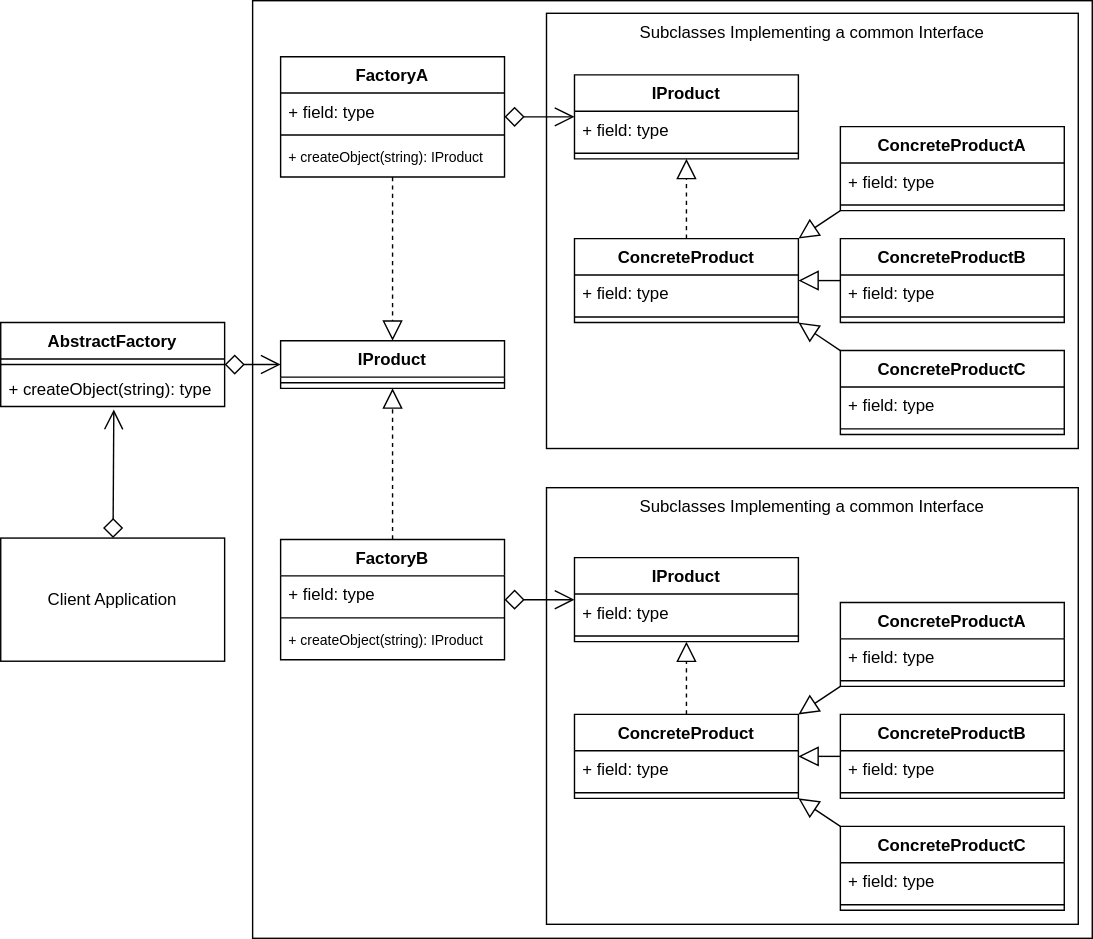
Before: src/img/abstract_factory_concept.svg, a diagram exported from draw.io (Sean-Bradley/Design-Patterns-In-TypeScript). Source tidied: cells renumbered, new cells last; positions are measured from the earlier drawing's top-left corner, leaving out a move shared by most shapes.
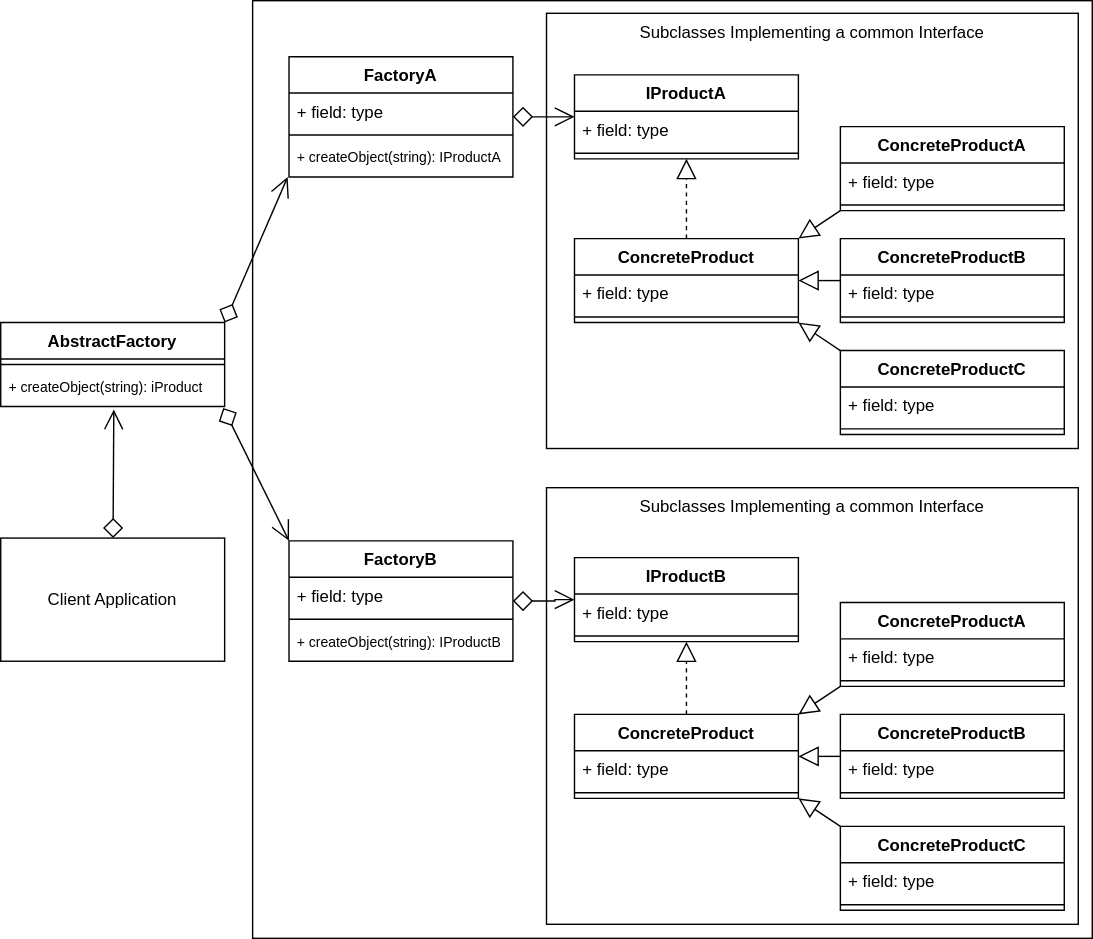
The same file after the commit.

Change to the diagram source:
```diff
@@ -57,7 +57,7 @@
       <mxGeometry y="384" width="160" height="88" as="geometry" />
     </mxCell>
     <mxCell id="20" value="FactoryA" style="swimlane;fontStyle=1;align=center;verticalAlign=top;horizontal=1;startSize=26;" parent="1" vertex="1">
-      <mxGeometry x="200" y="40" width="160" height="86" as="geometry" />
+      <mxGeometry x="206" y="40" width="160" height="86" as="geometry" />
     </mxCell>
     <mxCell id="21" value="+ field: type" style="text;strokeColor=none;fillColor=none;align=left;verticalAlign=top;spacingLeft=4;spacingRight=4;overflow=hidden;" parent="20" vertex="1">
       <mxGeometry y="26" width="160" height="26" as="geometry" />
@@ -65,7 +65,7 @@
     <mxCell id="22" style="line;strokeWidth=1;fillColor=none;align=left;verticalAlign=middle;spacingTop=-1;spacingLeft=3;spacingRight=3;labelPosition=right;" parent="20" vertex="1">
       <mxGeometry y="52" width="160" height="8" as="geometry" />
     </mxCell>
-    <mxCell id="23" value="+ createObject(string): IProduct" style="text;strokeColor=none;fillColor=none;align=left;verticalAlign=top;spacingLeft=4;spacingRight=4;overflow=hidden;points=[[0,0.5],[1,0.5]];portConstraint=eastwest;fontSize=10;" parent="20" vertex="1">
+    <mxCell id="23" value="+ createObject(string): IProductA" style="text;strokeColor=none;fillColor=none;align=left;verticalAlign=top;spacingLeft=4;spacingRight=4;overflow=hidden;points=[[0,0.5],[1,0.5]];portConstraint=eastwest;fontSize=10;" parent="20" vertex="1">
       <mxGeometry y="60" width="160" height="26" as="geometry" />
     </mxCell>
     <mxCell id="24" style="edgeStyle=orthogonalEdgeStyle;rounded=0;jettySize=auto;html=1;endSize=12;endArrow=open;endFill=0;startSize=12;startArrow=diamond;startFill=0;" parent="1" edge="1" source="20" target="53">
@@ -120,7 +120,7 @@
       <mxGeometry relative="1" as="geometry" />
     </mxCell>
     <mxCell id="41" value="FactoryB" style="swimlane;fontStyle=1;align=center;verticalAlign=top;horizontal=1;startSize=26;" parent="1" vertex="1">
-      <mxGeometry x="200" y="385" width="160" height="86" as="geometry" />
+      <mxGeometry x="206" y="386" width="160" height="86" as="geometry" />
     </mxCell>
     <mxCell id="42" value="+ field: type" style="text;strokeColor=none;fillColor=none;align=left;verticalAlign=top;spacingLeft=4;spacingRight=4;overflow=hidden;" parent="41" vertex="1">
       <mxGeometry y="26" width="160" height="26" as="geometry" />
@@ -128,7 +128,7 @@
     <mxCell id="43" style="line;strokeWidth=1;fillColor=none;align=left;verticalAlign=middle;spacingTop=-1;spacingLeft=3;spacingRight=3;labelPosition=right;" parent="41" vertex="1">
       <mxGeometry y="52" width="160" height="8" as="geometry" />
     </mxCell>
-    <mxCell id="44" value="+ createObject(string): IProduct" style="text;strokeColor=none;fillColor=none;align=left;verticalAlign=top;spacingLeft=4;spacingRight=4;overflow=hidden;fontSize=10;" parent="41" vertex="1">
+    <mxCell id="44" value="+ createObject(string): IProductB" style="text;strokeColor=none;fillColor=none;align=left;verticalAlign=top;spacingLeft=4;spacingRight=4;overflow=hidden;fontSize=10;" parent="41" vertex="1">
       <mxGeometry y="60" width="160" height="26" as="geometry" />
     </mxCell>
     <mxCell id="45" style="edgeStyle=orthogonalEdgeStyle;rounded=0;jettySize=auto;html=1;endSize=12;endArrow=open;endFill=0;startArrow=diamond;startFill=0;startSize=12;" parent="1" edge="1" source="41" target="50">
@@ -140,13 +140,13 @@
     <mxCell id="47" style="line;strokeWidth=1;fillColor=none;align=left;verticalAlign=middle;spacingTop=-1;spacingLeft=3;spacingRight=3;labelPosition=right;" parent="46" vertex="1">
       <mxGeometry y="26" width="160" height="8" as="geometry" />
     </mxCell>
-    <mxCell id="48" value="+ createObject(string): type" style="text;strokeColor=none;fillColor=none;align=left;verticalAlign=top;spacingLeft=4;spacingRight=4;overflow=hidden;points=[[0,0.5],[1,0.5]];portConstraint=eastwest;fontSize=12;" parent="46" vertex="1">
+    <mxCell id="48" value="+ createObject(string): iProduct" style="text;strokeColor=none;fillColor=none;align=left;verticalAlign=top;spacingLeft=4;spacingRight=4;overflow=hidden;points=[[0,0.5],[1,0.5]];portConstraint=eastwest;fontSize=10;" parent="46" vertex="1">
       <mxGeometry y="34" width="160" height="26" as="geometry" />
     </mxCell>
     <mxCell id="49" style="endArrow=diamond;endFill=0;endSize=12;html=1;exitX=0.505;exitY=1.083;exitDx=0;exitDy=0;exitPerimeter=0;startArrow=open;startFill=0;startSize=12;" parent="1" edge="1" source="48" target="19">
       <mxGeometry relative="1" as="geometry" />
     </mxCell>
-    <mxCell id="50" value="IProduct" style="swimlane;fontStyle=1;align=center;verticalAlign=top;horizontal=1;startSize=26;" parent="1" vertex="1">
+    <mxCell id="50" value="IProductB" style="swimlane;fontStyle=1;align=center;verticalAlign=top;horizontal=1;startSize=26;" parent="1" vertex="1">
       <mxGeometry x="410" y="398" width="160" height="60" as="geometry" />
     </mxCell>
     <mxCell id="51" value="+ field: type" style="text;strokeColor=none;fillColor=none;align=left;verticalAlign=top;spacingLeft=4;spacingRight=4;overflow=hidden;" parent="50" vertex="1">
@@ -155,7 +155,7 @@
     <mxCell id="52" style="line;strokeWidth=1;fillColor=none;align=left;verticalAlign=middle;spacingTop=-1;spacingLeft=3;spacingRight=3;labelPosition=right;" parent="50" vertex="1">
       <mxGeometry y="52" width="160" height="8" as="geometry" />
     </mxCell>
-    <mxCell id="53" value="IProduct" style="swimlane;fontStyle=1;align=center;verticalAlign=top;horizontal=1;startSize=26;" parent="1" vertex="1">
+    <mxCell id="53" value="IProductA" style="swimlane;fontStyle=1;align=center;verticalAlign=top;horizontal=1;startSize=26;" parent="1" vertex="1">
       <mxGeometry x="410" y="53" width="160" height="60" as="geometry" />
     </mxCell>
     <mxCell id="54" value="+ field: type" style="text;strokeColor=none;fillColor=none;align=left;verticalAlign=top;spacingLeft=4;spacingRight=4;overflow=hidden;" parent="53" vertex="1">
@@ -170,20 +170,11 @@
     <mxCell id="57" style="rounded=0;jettySize=auto;html=1;endArrow=block;endFill=0;dashed=1;endSize=12;" parent="1" edge="1" source="26" target="50">
       <mxGeometry relative="1" as="geometry" />
     </mxCell>
-    <mxCell id="58" value="IProduct" style="swimlane;fontStyle=1;align=center;verticalAlign=top;horizontal=1;startSize=26;" parent="1" vertex="1">
-      <mxGeometry x="200" y="243" width="160" height="34" as="geometry" />
-    </mxCell>
-    <mxCell id="59" style="line;strokeWidth=1;fillColor=none;align=left;verticalAlign=middle;spacingTop=-1;spacingLeft=3;spacingRight=3;labelPosition=right;" parent="58" vertex="1">
-      <mxGeometry y="26" width="160" height="8" as="geometry" />
-    </mxCell>
-    <mxCell id="60" style="endArrow=diamond;endFill=0;endSize=12;html=1;startArrow=open;startFill=0;startSize=12;" parent="1" edge="1" source="58" target="46">
+    <mxCell id="60" style="endArrow=diamond;endFill=0;endSize=12;html=1;startArrow=open;startFill=0;startSize=12;exitX=-0.006;exitY=1;exitDx=0;exitDy=0;exitPerimeter=0;entryX=1;entryY=0;entryDx=0;entryDy=0;" parent="1" edge="1" source="23" target="46">
       <mxGeometry relative="1" as="geometry" />
     </mxCell>
-    <mxCell id="61" style="rounded=0;jettySize=auto;html=1;endArrow=block;endFill=0;dashed=1;endSize=12;" parent="1" edge="1" source="20" target="58">
-      <mxGeometry relative="1" as="geometry" />
-    </mxCell>
-    <mxCell id="62" style="rounded=0;jettySize=auto;html=1;endArrow=block;endFill=0;dashed=1;endSize=12;" parent="1" edge="1" source="41" target="58">
-      <mxGeometry relative="1" as="geometry" />
-    </mxCell>
+    <mxCell id="63" style="endArrow=diamond;endFill=0;endSize=12;html=1;startArrow=open;startFill=0;startSize=12;exitX=0;exitY=0;exitDx=0;exitDy=0;entryX=0.994;entryY=1.038;entryDx=0;entryDy=0;entryPerimeter=0;" parent="1" edge="1" source="41" target="48">
+      <mxGeometry relative="1" as="geometry" />
+    </mxCell>
   </root>
 </mxGraphModel>
```
